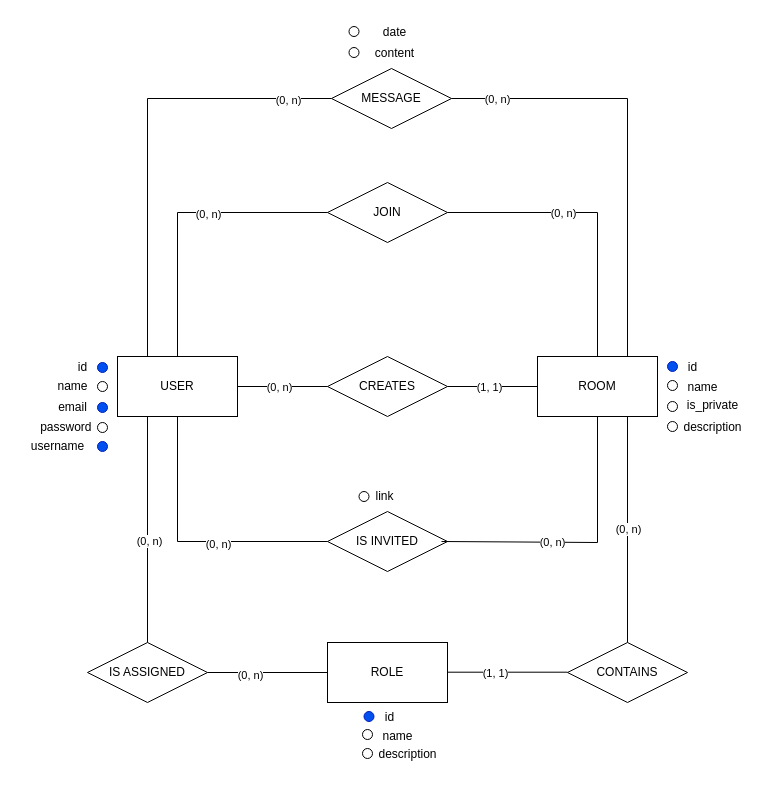
This is Ejercicio_3/Conceptual.drawio from aruizgg/curso-sql, a draw.io file, before an edit. Source tidied: cells renumbered, new cells numbered last; positions are measured from the earlier drawing's top-left corner, leaving out a move shared by most shapes. Both pictures are drawn from the tidied source at 100%, with x=0, y=0 at pixel (17, 17).
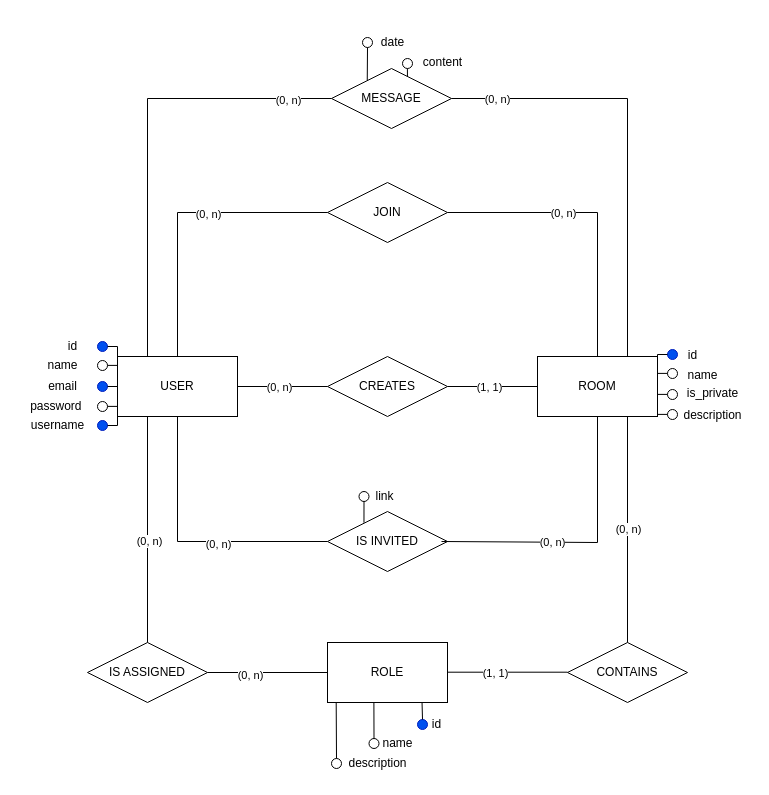
The same diagram, later.

Unchanged cells that the change refers to:
```xml
<mxCell id="2" value="USER" style="rounded=0;whiteSpace=wrap;html=1;" parent="1" vertex="1">
  <mxGeometry x="100" y="339" width="120" height="60" as="geometry" />
</mxCell>
<mxCell id="32" value="MESSAGE" style="shape=rhombus;perimeter=rhombusPerimeter;whiteSpace=wrap;html=1;align=center;" parent="1" vertex="1">
  <mxGeometry x="314" y="51" width="120" height="60" as="geometry" />
</mxCell>
<mxCell id="41" value="IS INVITED" style="shape=rhombus;perimeter=rhombusPerimeter;whiteSpace=wrap;html=1;align=center;" parent="1" vertex="1">
  <mxGeometry x="310" y="494" width="120" height="60" as="geometry" />
</mxCell>
<mxCell id="48" value="ROLE" style="rounded=0;whiteSpace=wrap;html=1;" parent="1" vertex="1">
  <mxGeometry x="310" y="625" width="120" height="60" as="geometry" />
</mxCell>
```

Change to the diagram source:
```diff
@@
     <mxCell id="9" style="ellipse;whiteSpace=wrap;html=1;fillColor=#0050ef;fontColor=#ffffff;strokeColor=#001DBC;" parent="1" vertex="1">
-      <mxGeometry x="80" y="345" width="10" height="10" as="geometry" />
+      <mxGeometry x="80" y="324" width="10" height="10" as="geometry" />
     </mxCell>
     <mxCell id="10" style="ellipse;whiteSpace=wrap;html=1;" parent="1" vertex="1">
-      <mxGeometry x="80" y="364" width="10" height="10" as="geometry" />
+      <mxGeometry x="80" y="343" width="10" height="10" as="geometry" />
     </mxCell>
     <mxCell id="11" style="ellipse;whiteSpace=wrap;html=1;fillColor=#0050ef;fontColor=#ffffff;strokeColor=#001DBC;" parent="1" vertex="1">
-      <mxGeometry x="80" y="385" width="10" height="10" as="geometry" />
+      <mxGeometry x="80" y="364" width="10" height="10" as="geometry" />
     </mxCell>
     <mxCell id="12" value="id" style="text;html=1;align=center;verticalAlign=middle;strokeColor=none;fillColor=none;" parent="1" vertex="1">
-      <mxGeometry x="50" y="335" width="30" height="30" as="geometry" />
+      <mxGeometry x="40" y="314" width="30" height="30" as="geometry" />
     </mxCell>
     <mxCell id="13" value="name" style="text;html=1;align=center;verticalAlign=middle;strokeColor=none;fillColor=none;" parent="1" vertex="1">
-      <mxGeometry x="30" y="354" width="50" height="30" as="geometry" />
+      <mxGeometry x="20" y="333" width="50" height="30" as="geometry" />
     </mxCell>
     <mxCell id="14" value="email" style="text;html=1;align=center;verticalAlign=middle;strokeColor=none;fillColor=none;" parent="1" vertex="1">
-      <mxGeometry x="30" y="375" width="50" height="30" as="geometry" />
+      <mxGeometry x="20" y="353.5" width="50" height="30" as="geometry" />
     </mxCell>
     <mxCell id="15" style="ellipse;whiteSpace=wrap;html=1;fillColor=#0050ef;fontColor=#ffffff;strokeColor=#001DBC;" parent="1" vertex="1">
-      <mxGeometry x="650" y="344" width="10" height="10" as="geometry" />
+      <mxGeometry x="650" y="332" width="10" height="10" as="geometry" />
     </mxCell>
     <mxCell id="16" style="ellipse;whiteSpace=wrap;html=1;" parent="1" vertex="1">
-      <mxGeometry x="650" y="363" width="10" height="10" as="geometry" />
+      <mxGeometry x="650" y="351" width="10" height="10" as="geometry" />
     </mxCell>
     <mxCell id="17" style="ellipse;whiteSpace=wrap;html=1;" parent="1" vertex="1">
-      <mxGeometry x="650" y="384" width="10" height="10" as="geometry" />
+      <mxGeometry x="650" y="372" width="10" height="10" as="geometry" />
     </mxCell>
     <mxCell id="18" value="id" style="text;html=1;align=center;verticalAlign=middle;strokeColor=none;fillColor=none;" parent="1" vertex="1">
-      <mxGeometry x="660" y="335" width="30" height="30" as="geometry" />
+      <mxGeometry x="660" y="323" width="30" height="30" as="geometry" />
     </mxCell>
     <mxCell id="19" value="name" style="text;html=1;align=center;verticalAlign=middle;strokeColor=none;fillColor=none;" parent="1" vertex="1">
-      <mxGeometry x="660" y="355" width="50" height="30" as="geometry" />
+      <mxGeometry x="660" y="343" width="50" height="30" as="geometry" />
     </mxCell>
     <mxCell id="20" value="is_private" style="text;html=1;align=center;verticalAlign=middle;strokeColor=none;fillColor=none;" parent="1" vertex="1">
-      <mxGeometry x="660" y="373" width="70" height="30" as="geometry" />
+      <mxGeometry x="660" y="361" width="70" height="30" as="geometry" />
     </mxCell>
     <mxCell id="21" style="ellipse;whiteSpace=wrap;html=1;" parent="1" vertex="1">
-      <mxGeometry x="650" y="404" width="10" height="10" as="geometry" />
+      <mxGeometry x="650" y="392" width="10" height="10" as="geometry" />
     </mxCell>
     <mxCell id="22" value="description" style="text;html=1;align=center;verticalAlign=middle;strokeColor=none;fillColor=none;" parent="1" vertex="1">
-      <mxGeometry x="655" y="395" width="80" height="30" as="geometry" />
+      <mxGeometry x="655" y="383" width="80" height="30" as="geometry" />
     </mxCell>
     <mxCell id="23" style="ellipse;whiteSpace=wrap;html=1;" parent="1" vertex="1">
-      <mxGeometry x="80" y="405" width="10" height="10" as="geometry" />
+      <mxGeometry x="80" y="384" width="10" height="10" as="geometry" />
     </mxCell>
     <mxCell id="24" value="password&amp;nbsp;" style="text;html=1;align=center;verticalAlign=middle;strokeColor=none;fillColor=none;" parent="1" vertex="1">
-      <mxGeometry x="10" y="395" width="80" height="30" as="geometry" />
+      <mxGeometry y="374" width="80" height="30" as="geometry" />
     </mxCell>
     <mxCell id="25" style="ellipse;whiteSpace=wrap;html=1;fillColor=#0050ef;fontColor=#ffffff;strokeColor=#001DBC;" parent="1" vertex="1">
-      <mxGeometry x="80" y="424" width="10" height="10" as="geometry" />
+      <mxGeometry x="80" y="403" width="10" height="10" as="geometry" />
     </mxCell>
     <mxCell id="26" value="username" style="text;html=1;align=center;verticalAlign=middle;strokeColor=none;fillColor=none;" parent="1" vertex="1">
-      <mxGeometry y="414" width="80" height="30" as="geometry" />
+      <mxGeometry y="393" width="80" height="30" as="geometry" />
     </mxCell>
@@
     <mxCell id="37" style="ellipse;whiteSpace=wrap;html=1;" parent="1" vertex="1">
-      <mxGeometry x="331.5" y="30" width="10" height="10" as="geometry" />
+      <mxGeometry x="385" y="41" width="10" height="10" as="geometry" />
     </mxCell>
     <mxCell id="38" value="content" style="text;html=1;align=center;verticalAlign=middle;strokeColor=none;fillColor=none;" parent="1" vertex="1">
-      <mxGeometry x="346.5" y="21" width="60" height="30" as="geometry" />
+      <mxGeometry x="395" y="30" width="60" height="30" as="geometry" />
     </mxCell>
     <mxCell id="39" style="ellipse;whiteSpace=wrap;html=1;" parent="1" vertex="1">
-      <mxGeometry x="331.5" y="9" width="10" height="10" as="geometry" />
+      <mxGeometry x="345" y="20" width="10" height="10" as="geometry" />
     </mxCell>
     <mxCell id="40" value="date" style="text;html=1;align=center;verticalAlign=middle;strokeColor=none;fillColor=none;" parent="1" vertex="1">
-      <mxGeometry x="351.5" width="50" height="30" as="geometry" />
+      <mxGeometry x="350" y="10" width="50" height="30" as="geometry" />
     </mxCell>
@@
     <mxCell id="59" style="ellipse;whiteSpace=wrap;html=1;fillColor=#0050ef;fontColor=#ffffff;strokeColor=#001DBC;" parent="1" vertex="1">
-      <mxGeometry x="346.5" y="694" width="10" height="10" as="geometry" />
+      <mxGeometry x="400" y="702" width="10" height="10" as="geometry" />
     </mxCell>
     <mxCell id="60" value="id" style="text;html=1;align=center;verticalAlign=middle;strokeColor=none;fillColor=none;" parent="1" vertex="1">
-      <mxGeometry x="356.5" y="685" width="30" height="30" as="geometry" />
+      <mxGeometry x="404" y="692" width="30" height="30" as="geometry" />
     </mxCell>
     <mxCell id="61" style="ellipse;whiteSpace=wrap;html=1;" parent="1" vertex="1">
-      <mxGeometry x="345" y="712" width="10" height="10" as="geometry" />
+      <mxGeometry x="351.5" y="721" width="10" height="10" as="geometry" />
     </mxCell>
     <mxCell id="62" value="name" style="text;html=1;align=center;verticalAlign=middle;strokeColor=none;fillColor=none;" parent="1" vertex="1">
-      <mxGeometry x="355" y="704" width="50" height="30" as="geometry" />
+      <mxGeometry x="355" y="711" width="50" height="30" as="geometry" />
     </mxCell>
     <mxCell id="63" style="ellipse;whiteSpace=wrap;html=1;" parent="1" vertex="1">
-      <mxGeometry x="345" y="731" width="10" height="10" as="geometry" />
+      <mxGeometry x="314" y="741" width="10" height="10" as="geometry" />
     </mxCell>
     <mxCell id="64" value="description" style="text;html=1;align=center;verticalAlign=middle;strokeColor=none;fillColor=none;" parent="1" vertex="1">
-      <mxGeometry x="350" y="722" width="80" height="30" as="geometry" />
+      <mxGeometry x="320" y="731" width="80" height="30" as="geometry" />
     </mxCell>
+    <mxCell id="65" style="endArrow=none;html=1;rounded=0;exitX=1;exitY=0.5;exitDx=0;exitDy=0;entryX=0;entryY=0.5;entryDx=0;entryDy=0;" parent="1" edge="1" source="11" target="2">
+      <mxGeometry relative="1" as="geometry" />
+    </mxCell>
+    <mxCell id="66" style="endArrow=none;html=1;rounded=0;exitX=1;exitY=0.5;exitDx=0;exitDy=0;entryX=0;entryY=0.5;entryDx=0;entryDy=0;" parent="1" edge="1">
+      <mxGeometry relative="1" as="geometry">
+        <mxPoint x="90" y="347.9" as="sourcePoint" />
+        <mxPoint x="100" y="347.9" as="targetPoint" />
+      </mxGeometry>
+    </mxCell>
+    <mxCell id="67" style="endArrow=none;html=1;rounded=0;exitX=1;exitY=0.5;exitDx=0;exitDy=0;entryX=0;entryY=0.5;entryDx=0;entryDy=0;" parent="1" edge="1">
+      <mxGeometry relative="1" as="geometry">
+        <mxPoint x="90" y="388.9" as="sourcePoint" />
+        <mxPoint x="100" y="388.9" as="targetPoint" />
+      </mxGeometry>
+    </mxCell>
+    <mxCell id="68" style="endArrow=none;html=1;rounded=0;exitX=1;exitY=0.5;exitDx=0;exitDy=0;entryX=1;entryY=0.5;entryDx=0;entryDy=0;" parent="1" edge="1" target="25">
+      <mxGeometry relative="1" as="geometry">
+        <mxPoint x="100" y="398.9" as="sourcePoint" />
+        <Array as="points">
+          <mxPoint x="100" y="408" />
+        </Array>
+      </mxGeometry>
+    </mxCell>
+    <mxCell id="69" style="endArrow=none;html=1;rounded=0;exitX=1;exitY=0.5;exitDx=0;exitDy=0;entryX=0;entryY=0.5;entryDx=0;entryDy=0;" parent="1" edge="1" source="9">
+      <mxGeometry relative="1" as="geometry">
+        <mxPoint x="100" y="338.8" as="targetPoint" />
+        <Array as="points">
+          <mxPoint x="100" y="329" />
+        </Array>
+      </mxGeometry>
+    </mxCell>
+    <mxCell id="70" style="endArrow=none;html=1;rounded=0;exitX=1;exitY=0.5;exitDx=0;exitDy=0;entryX=0;entryY=0.5;entryDx=0;entryDy=0;" parent="1" edge="1">
+      <mxGeometry relative="1" as="geometry">
+        <mxPoint x="640" y="355.9" as="sourcePoint" />
+        <mxPoint x="650" y="355.9" as="targetPoint" />
+      </mxGeometry>
+    </mxCell>
+    <mxCell id="71" style="endArrow=none;html=1;rounded=0;exitX=1;exitY=0.5;exitDx=0;exitDy=0;entryX=0;entryY=0.5;entryDx=0;entryDy=0;" parent="1" edge="1">
+      <mxGeometry relative="1" as="geometry">
+        <mxPoint x="640" y="376.9" as="sourcePoint" />
+        <mxPoint x="650" y="376.9" as="targetPoint" />
+      </mxGeometry>
+    </mxCell>
+    <mxCell id="72" style="endArrow=none;html=1;rounded=0;exitX=1;exitY=0.5;exitDx=0;exitDy=0;entryX=0;entryY=0.5;entryDx=0;entryDy=0;" parent="1" edge="1">
+      <mxGeometry relative="1" as="geometry">
+        <mxPoint x="640" y="396.9" as="sourcePoint" />
+        <mxPoint x="650" y="396.9" as="targetPoint" />
+      </mxGeometry>
+    </mxCell>
+    <mxCell id="73" style="endArrow=none;html=1;rounded=0;exitX=1;exitY=0.5;exitDx=0;exitDy=0;entryX=0;entryY=0.5;entryDx=0;entryDy=0;" parent="1" edge="1" target="15">
+      <mxGeometry relative="1" as="geometry">
+        <mxPoint x="640" y="339" as="sourcePoint" />
+        <Array as="points">
+          <mxPoint x="640" y="337" />
+        </Array>
+      </mxGeometry>
+    </mxCell>
+    <mxCell id="74" style="endArrow=none;html=1;rounded=0;exitX=0.5;exitY=1;exitDx=0;exitDy=0;entryX=0.298;entryY=0.196;entryDx=0;entryDy=0;entryPerimeter=0;" parent="1" edge="1" source="39" target="32">
+      <mxGeometry relative="1" as="geometry" />
+    </mxCell>
+    <mxCell id="75" style="endArrow=none;html=1;rounded=0;exitX=0.5;exitY=1;exitDx=0;exitDy=0;entryX=0.633;entryY=0.136;entryDx=0;entryDy=0;entryPerimeter=0;" parent="1" edge="1" target="32">
+      <mxGeometry relative="1" as="geometry">
+        <mxPoint x="389.9" y="51" as="sourcePoint" />
+      </mxGeometry>
+    </mxCell>
+    <mxCell id="76" style="endArrow=none;html=1;rounded=0;exitX=0.5;exitY=1;exitDx=0;exitDy=0;entryX=0.304;entryY=0.187;entryDx=0;entryDy=0;entryPerimeter=0;" parent="1" edge="1" target="41">
+      <mxGeometry relative="1" as="geometry">
+        <mxPoint x="346.5" y="484" as="sourcePoint" />
+      </mxGeometry>
+    </mxCell>
+    <mxCell id="77" style="endArrow=none;html=1;rounded=0;exitX=0.788;exitY=1.005;exitDx=0;exitDy=0;exitPerimeter=0;entryX=0.5;entryY=0;entryDx=0;entryDy=0;" parent="1" edge="1" source="48" target="59">
+      <mxGeometry relative="1" as="geometry" />
+    </mxCell>
+    <mxCell id="78" style="endArrow=none;html=1;rounded=0;exitX=0.788;exitY=1.005;exitDx=0;exitDy=0;exitPerimeter=0;entryX=0.5;entryY=0;entryDx=0;entryDy=0;" parent="1" edge="1" target="61">
+      <mxGeometry relative="1" as="geometry">
+        <mxPoint x="356.4" y="685" as="sourcePoint" />
+      </mxGeometry>
+    </mxCell>
+    <mxCell id="79" style="endArrow=none;html=1;rounded=0;exitX=0.788;exitY=1.005;exitDx=0;exitDy=0;exitPerimeter=0;entryX=0.5;entryY=0;entryDx=0;entryDy=0;" parent="1" edge="1" target="63">
+      <mxGeometry relative="1" as="geometry">
+        <mxPoint x="318.7" y="685" as="sourcePoint" />
+      </mxGeometry>
+    </mxCell>
```
